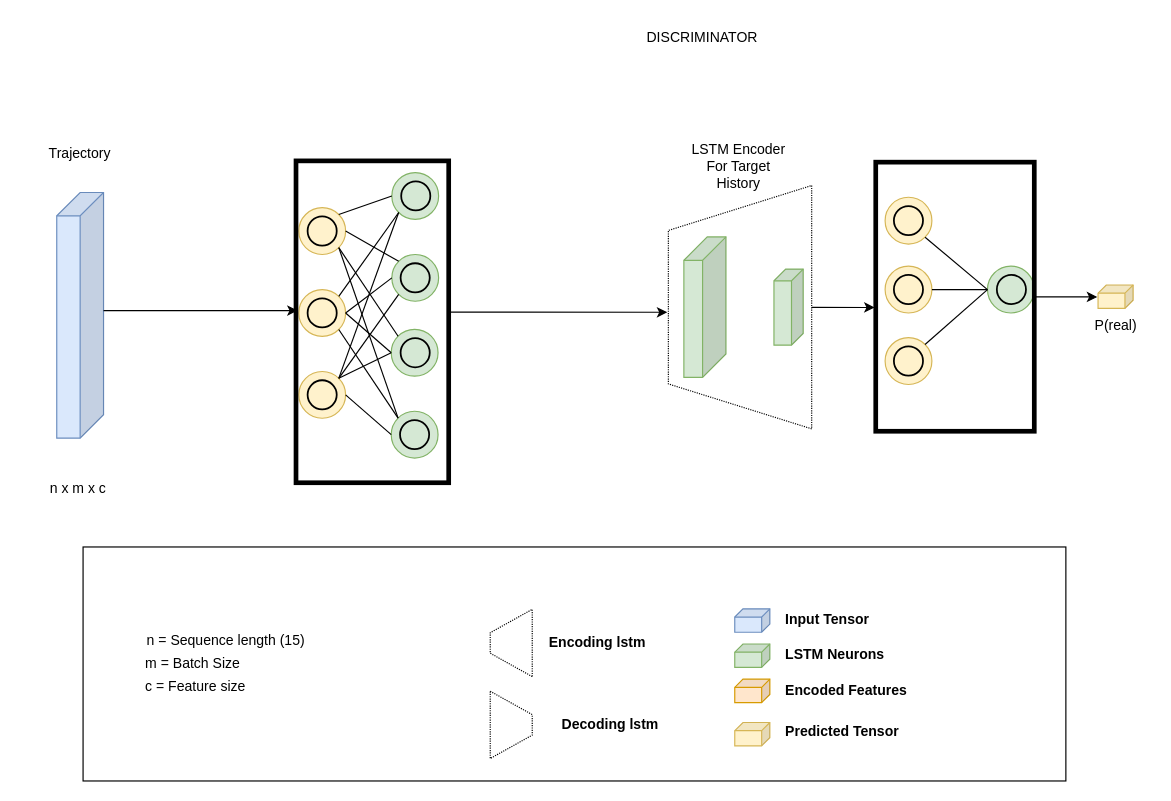
Before: Report/images/discriminator.drawio in FERROX98/Multimedia-forensics-Vehicle-Trajectory-Forecasting, a draw.io diagram. Source tidied: cells renumbered, new cells numbered last; positions are measured from the earlier drawing's top-left corner, leaving out a move shared by most shapes. Both pictures are drawn from the tidied source at 117%, with x=0, y=0 at pixel (20, 20).
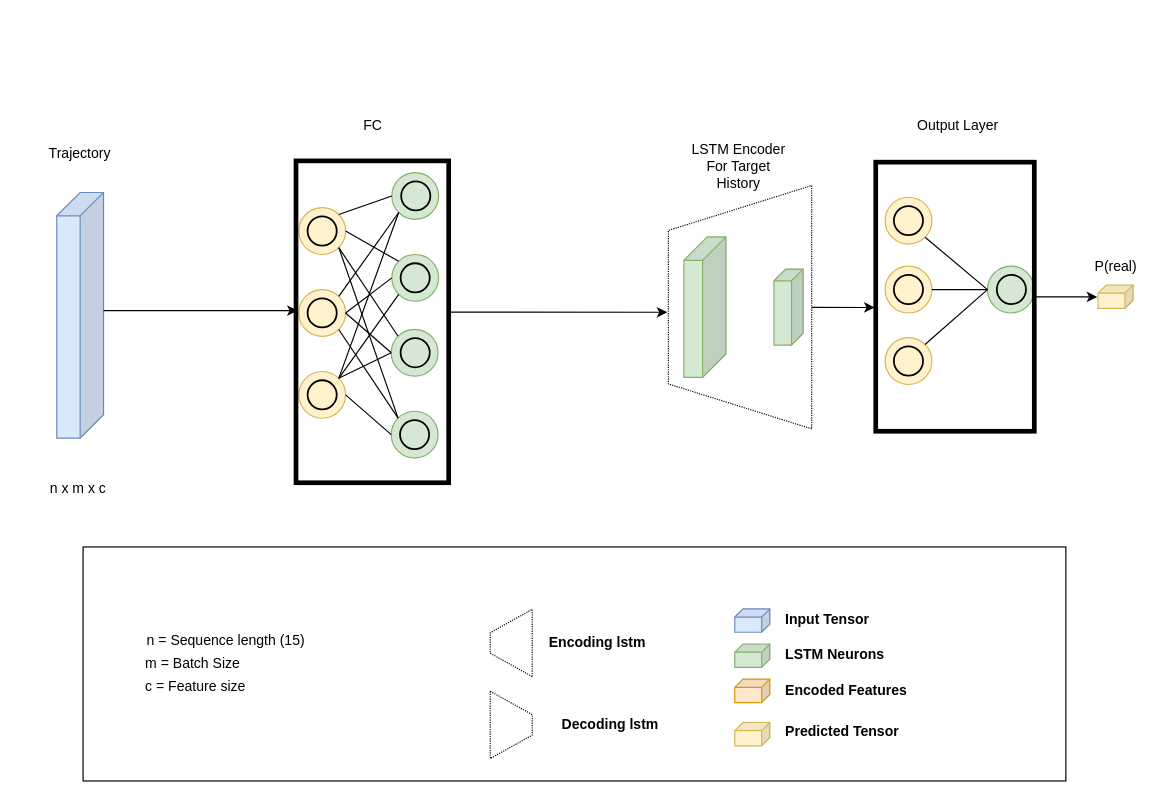
The same page after the edit.

The edit, as a diff of the source:
```diff
@@
-    <mxCell id="9" value="DISCRIMINATOR" style="text;html=1;strokeColor=none;fillColor=none;align=center;verticalAlign=middle;whiteSpace=wrap;rounded=0;strokeWidth=4;" parent="1" vertex="1">
-      <mxGeometry x="553" width="60" height="30" as="geometry" />
-    </mxCell>
@@
     <mxCell id="72" value="P(real)" style="text;html=1;align=center;verticalAlign=middle;strokeColor=none;fillColor=none;" parent="1" vertex="1">
-      <mxGeometry x="906" y="246.1" width="60" height="30" as="geometry" />
+      <mxGeometry x="906" y="196.1" width="60" height="30" as="geometry" />
     </mxCell>
+    <mxCell id="73" value="Output Layer" style="text;html=1;align=center;verticalAlign=middle;strokeColor=none;fillColor=none;" parent="1" vertex="1">
+      <mxGeometry x="756" y="75" width="90" height="30" as="geometry" />
+    </mxCell>
+    <mxCell id="74" value="FC" style="text;html=1;align=center;verticalAlign=middle;strokeColor=none;fillColor=none;" parent="1" vertex="1">
+      <mxGeometry x="281" y="75" width="40" height="30" as="geometry" />
+    </mxCell>
```
